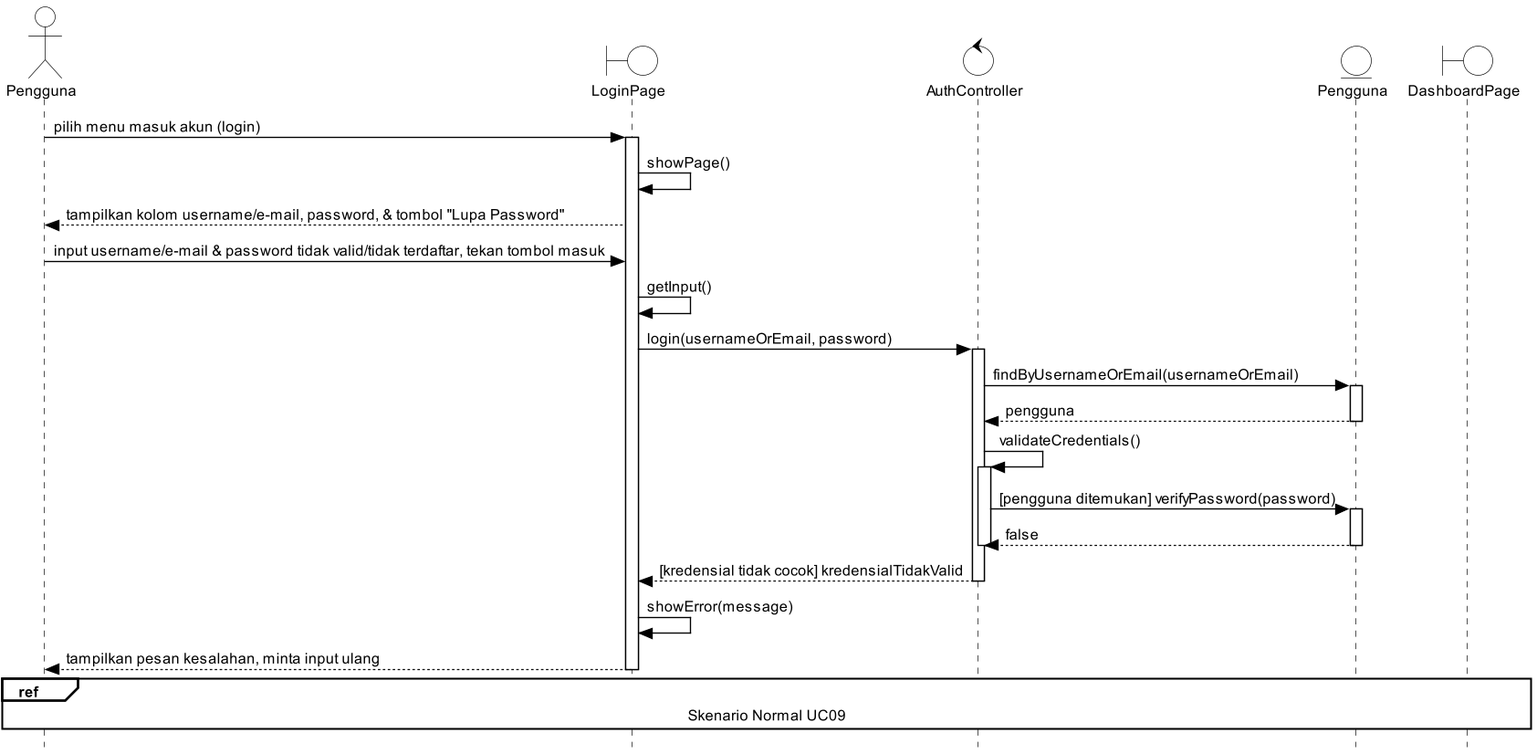
Earlier version of the PlantUML export docs/M7/assets/diagram/SD_UC09_alt1.png (cynthiawinda/IF2150-RPL-K03-G04).
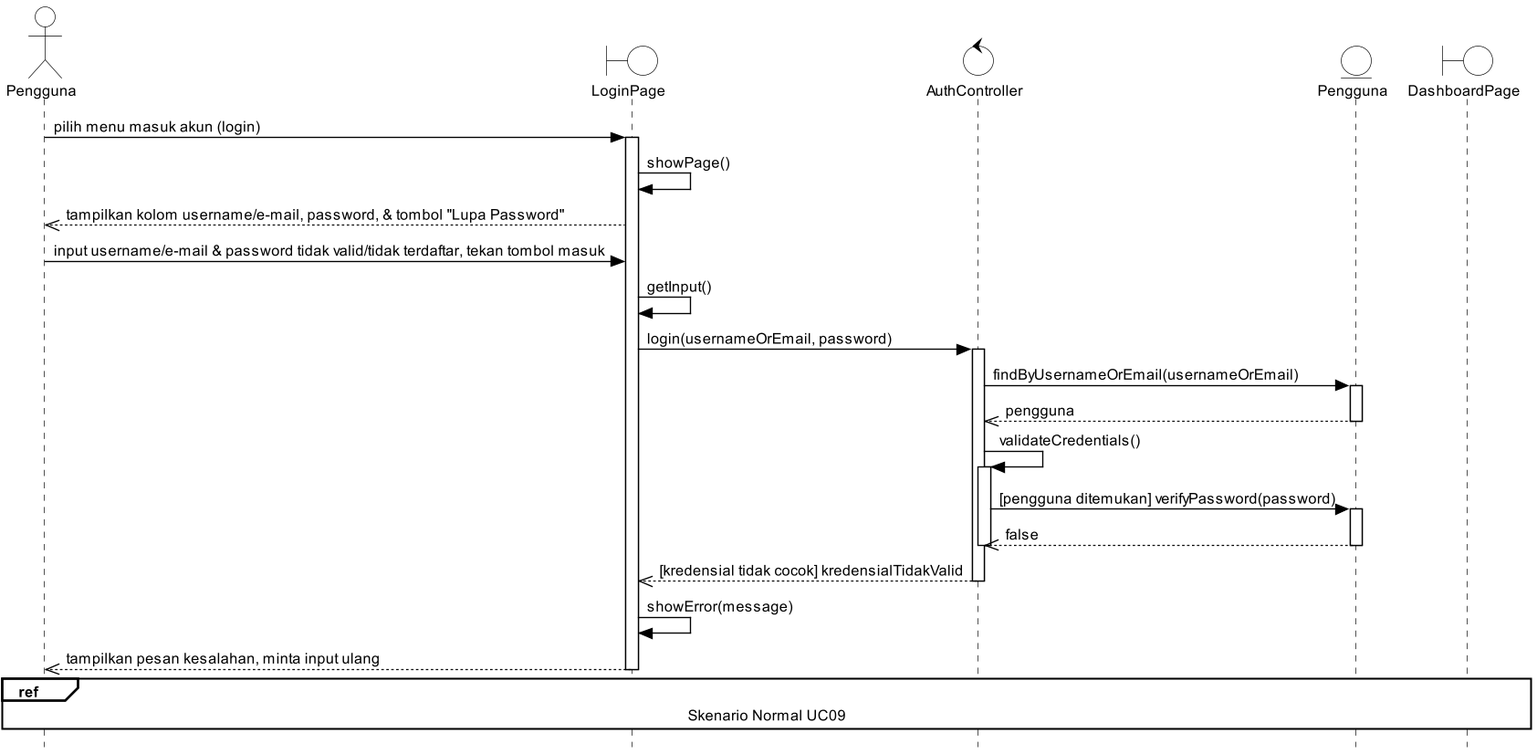
The same diagram one commit later.

Diff of the diagram source:
```diff
@@ -32,25 +32,25 @@
 User -> LP : pilih menu masuk akun (login)
 activate LP
 LP -> LP : showPage()
-LP --> User : tampilkan kolom username/e-mail, password, & tombol "Lupa Password"
+LP -->> User : tampilkan kolom username/e-mail, password, & tombol "Lupa Password"
 User -> LP : input username/e-mail & password tidak valid/tidak terdaftar, tekan tombol masuk
 LP -> LP : getInput()
 LP -> AC : login(usernameOrEmail, password)
 activate AC
 AC -> P : findByUsernameOrEmail(usernameOrEmail)
 activate P
-P --> AC : pengguna
+P -->> AC : pengguna
 deactivate P
 AC -> AC ++ : validateCredentials()
 AC -> P : [pengguna ditemukan] verifyPassword(password)
 activate P
-P --> AC : false
+P -->> AC : false
 deactivate P
 deactivate AC
-AC --> LP : [kredensial tidak cocok] kredensialTidakValid
+AC -->> LP : [kredensial tidak cocok] kredensialTidakValid
 deactivate AC
 LP -> LP : showError(message)
-LP --> User : tampilkan pesan kesalahan, minta input ulang
+LP -->> User : tampilkan pesan kesalahan, minta input ulang
 ref over User, DP : Skenario Normal UC09
 deactivate LP
 @enduml
```
